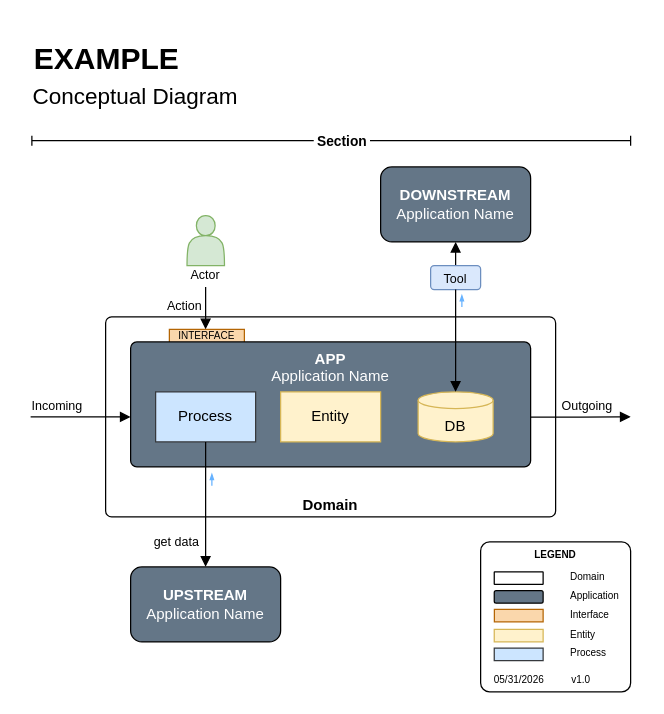
Hieronymu5/conceptual keeps this draw.io diagram as page "Example" (4 of 6) of story telling.drawio. Above is the earlier version. Source tidied: cells renumbered, new cells numbered last; positions are measured from the earlier drawing's top-left corner, leaving out a move shared by most shapes. Both pictures are drawn from the tidied source at 125%, with x=0, y=0 at pixel (30, 40).
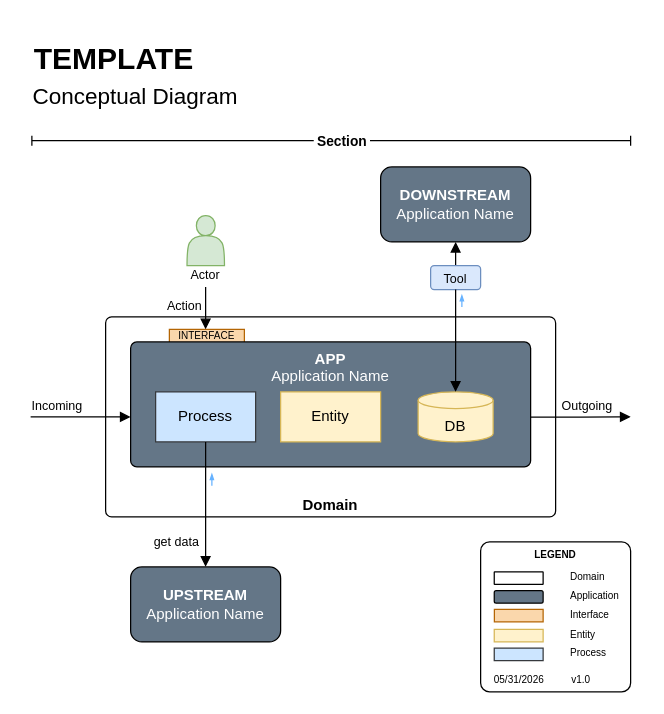
Above is the later version.

Diff of the diagram source:
```diff
@@
-    <mxCell id="41" value="&lt;h1&gt;EXAMPLE&lt;/h1&gt;" style="text;html=1;whiteSpace=wrap;strokeColor=none;fillColor=none;align=left;verticalAlign=middle;rounded=0;" parent="1" vertex="1">
+    <mxCell id="41" value="&lt;h1&gt;TEMPLATE&lt;/h1&gt;" style="text;html=1;whiteSpace=wrap;strokeColor=none;fillColor=none;align=left;verticalAlign=middle;rounded=0;" parent="1" vertex="1">
       <mxGeometry x="1" width="140" height="30" as="geometry" />
     </mxCell>
```
